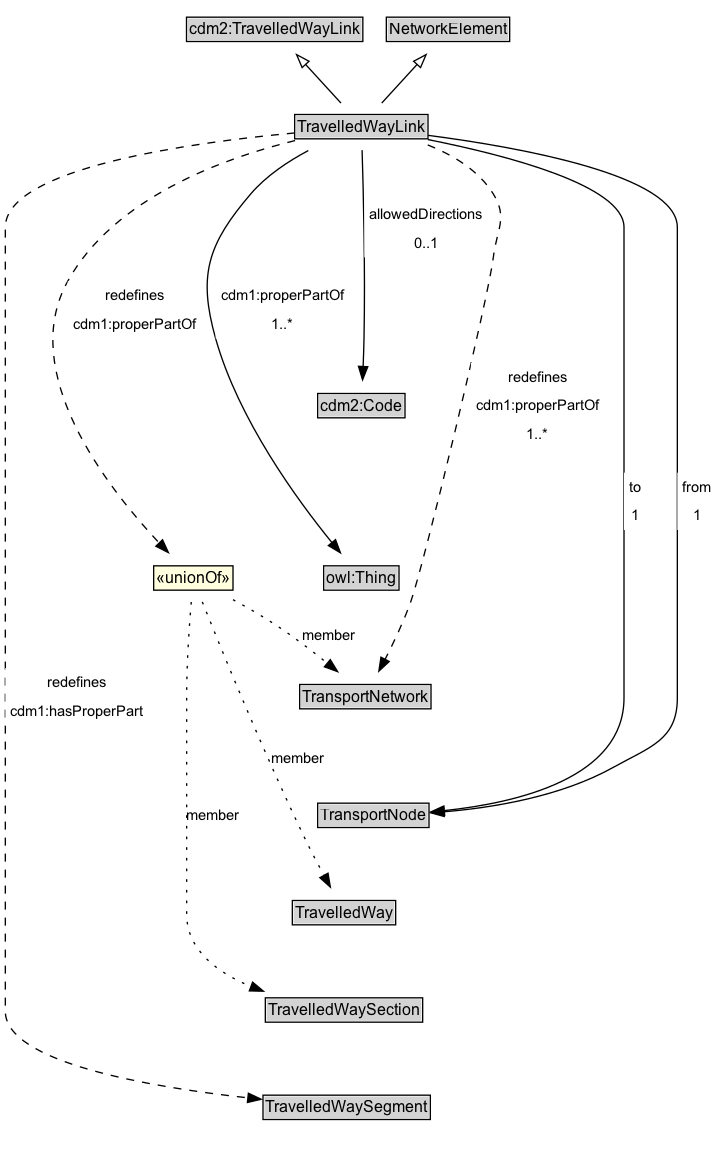
ISO-TC204/ontology-cdm-p3-v1 keeps this Graphviz diagram as docs/diagrams/TravelledWayLink.dot.png. Above is the earlier version. Its source is kept beside it as docs/diagrams/TravelledWayLink.dot. Source of this version:
```dot
digraph {
	graph [overlap=false rankdir=TB splines=true]
	node [fontname=Arial fontsize=12 margin=0 shape=none]
	edge [fontname=Arial fontsize=11]
	{
		rank=source
		cdm2_TravelledWayLink [label=<<TABLE BORDER="1" CELLBORDER="0" CELLSPACING="0" CELLPADDING="1"><TR><TD BGCOLOR="lightgray" ALIGN="CENTER">cdm2:TravelledWayLink</TD></TR></TABLE>> URL="https://w3id.org/citydata/part2/v1/TravelledWayLink" margin=0]
		NetworkElement [label=<<TABLE BORDER="1" CELLBORDER="0" CELLSPACING="0" CELLPADDING="1"><TR><TD BGCOLOR="lightgray" ALIGN="CENTER">NetworkElement</TD></TR></TABLE>> URL="../NetworkElement" margin=0]
	}
	TravelledWayLink [label=<<TABLE BORDER="1" CELLBORDER="0" CELLSPACING="0" CELLPADDING="1"><TR><TD BGCOLOR="lightgray" ALIGN="CENTER">TravelledWayLink</TD></TR></TABLE>> URL="../TravelledWayLink" margin=0]
	{
		rank=max
	}
	subgraph cluster_associated {
		label="" style=invis
		Invis [label=<<TABLE BORDER="0" CELLBORDER="0" CELLSPACING="0" CELLPADDING="1"><TR><TD></TD></TR></TABLE>> margin=0 style=invis]
		cdm2_Code [label=<<TABLE BORDER="1" CELLBORDER="0" CELLSPACING="0" CELLPADDING="1"><TR><TD BGCOLOR="lightgray" ALIGN="CENTER">cdm2:Code</TD></TR></TABLE>> URL="https://w3id.org/citydata/part2/v1/Code" margin=0]
		owl_Thing [label=<<TABLE BORDER="1" CELLBORDER="0" CELLSPACING="0" CELLPADDING="1"><TR><TD BGCOLOR="lightgray" ALIGN="CENTER">owl:Thing</TD></TR></TABLE>> URL="https://w3id.org/citydata/imported/owl/latest/Thing" margin=0]
		TransportNetwork [label=<<TABLE BORDER="1" CELLBORDER="0" CELLSPACING="0" CELLPADDING="1"><TR><TD BGCOLOR="lightgray" ALIGN="CENTER">TransportNetwork</TD></TR></TABLE>> URL="../TransportNetwork" margin=0]
		TransportNode [label=<<TABLE BORDER="1" CELLBORDER="0" CELLSPACING="0" CELLPADDING="1"><TR><TD BGCOLOR="lightgray" ALIGN="CENTER">TransportNode</TD></TR></TABLE>> URL="../TransportNode" margin=0]
		TravelledWay [label=<<TABLE BORDER="1" CELLBORDER="0" CELLSPACING="0" CELLPADDING="1"><TR><TD BGCOLOR="lightgray" ALIGN="CENTER">TravelledWay</TD></TR></TABLE>> URL="../TravelledWay" margin=0]
		TravelledWaySection [label=<<TABLE BORDER="1" CELLBORDER="0" CELLSPACING="0" CELLPADDING="1"><TR><TD BGCOLOR="lightgray" ALIGN="CENTER">TravelledWaySection</TD></TR></TABLE>> URL="../TravelledWaySection" margin=0]
		TravelledWaySegment [label=<<TABLE BORDER="1" CELLBORDER="0" CELLSPACING="0" CELLPADDING="1"><TR><TD BGCOLOR="lightgray" ALIGN="CENTER">TravelledWaySegment</TD></TR></TABLE>> URL="../TravelledWaySegment" margin=0]
	}
	TravelledWayLink -> cdm2_TravelledWayLink [arrowhead=onormal style=solid]
	TravelledWayLink -> NetworkElement [arrowhead=onormal style=solid]
	TravelledWayLink -> Invis [style=invis]
	Invis -> cdm2_Code [style=invis]
	cdm2_Code -> owl_Thing [style=invis]
	owl_Thing -> TransportNetwork [style=invis]
	TransportNetwork -> TransportNode [style=invis]
	TransportNode -> TravelledWay [style=invis]
	TravelledWay -> TravelledWaySection [style=invis]
	TravelledWaySection -> TravelledWaySegment [style=invis]
	cdm2_Code [label=<<TABLE BORDER="1" CELLBORDER="0" CELLSPACING="0" CELLPADDING="1"><TR><TD BGCOLOR="lightgray" ALIGN="CENTER">cdm2:Code</TD></TR></TABLE>> URL="https://w3id.org/citydata/part2/v1/Code" margin=0]
	TravelledWayLink -> cdm2_Code [label=<<TABLE BORDER="0" CELLBORDER="0" CELLSPACING="0" CELLPADDING="4" BGCOLOR="white"><TR><TD ALIGN="CENTER">allowedDirections</TD></TR><TR><TD ALIGN="CENTER">0..1</TD></TR></TABLE>> arrowhead=normal style=solid]
	TransportNode [label=<<TABLE BORDER="1" CELLBORDER="0" CELLSPACING="0" CELLPADDING="1"><TR><TD BGCOLOR="lightgray" ALIGN="CENTER">TransportNode</TD></TR></TABLE>> URL="../TransportNode" margin=0]
	TravelledWayLink -> TransportNode [label=<<TABLE BORDER="0" CELLBORDER="0" CELLSPACING="0" CELLPADDING="4" BGCOLOR="white"><TR><TD ALIGN="CENTER">to</TD></TR><TR><TD ALIGN="CENTER">1</TD></TR></TABLE>> arrowhead=normal style=solid]
	TravelledWayLink -> TransportNode [label=<<TABLE BORDER="0" CELLBORDER="0" CELLSPACING="0" CELLPADDING="4" BGCOLOR="white"><TR><TD ALIGN="CENTER">from</TD></TR><TR><TD ALIGN="CENTER">1</TD></TR></TABLE>> arrowhead=normal style=solid]
	TravelledWaySegment [label=<<TABLE BORDER="1" CELLBORDER="0" CELLSPACING="0" CELLPADDING="1"><TR><TD BGCOLOR="lightgray" ALIGN="CENTER">TravelledWaySegment</TD></TR></TABLE>> URL="../TravelledWaySegment" margin=0]
	TravelledWayLink -> TravelledWaySegment [label=<<TABLE BORDER="0" CELLBORDER="0" CELLSPACING="0" CELLPADDING="4" BGCOLOR="white"><TR><TD ALIGN="CENTER">redefines</TD></TR><TR><TD ALIGN="CENTER">cdm1:hasProperPart</TD></TR></TABLE>> arrowhead=normal style=dashed]
	na67ff0c3f5e2479bb14d81c2edd99102b35 [label=<<TABLE BORDER="1" CELLBORDER="0" CELLSPACING="0" CELLPADDING="1" BGCOLOR="lightyellow"><TR><TD ALIGN="CENTER">«unionOf»</TD></TR></TABLE>> margin=0]
	TransportNetwork [label=<<TABLE BORDER="1" CELLBORDER="0" CELLSPACING="0" CELLPADDING="1"><TR><TD BGCOLOR="lightgray" ALIGN="CENTER">TransportNetwork</TD></TR></TABLE>> URL="../TransportNetwork" margin=0]
	na67ff0c3f5e2479bb14d81c2edd99102b35 -> TransportNetwork [label=member arrowhead=normal style=dotted]
	TravelledWay [label=<<TABLE BORDER="1" CELLBORDER="0" CELLSPACING="0" CELLPADDING="1"><TR><TD BGCOLOR="lightgray" ALIGN="CENTER">TravelledWay</TD></TR></TABLE>> URL="../TravelledWay" margin=0]
	na67ff0c3f5e2479bb14d81c2edd99102b35 -> TravelledWay [label=member arrowhead=normal style=dotted]
	TravelledWaySection [label=<<TABLE BORDER="1" CELLBORDER="0" CELLSPACING="0" CELLPADDING="1"><TR><TD BGCOLOR="lightgray" ALIGN="CENTER">TravelledWaySection</TD></TR></TABLE>> URL="../TravelledWaySection" margin=0]
	na67ff0c3f5e2479bb14d81c2edd99102b35 -> TravelledWaySection [label=member arrowhead=normal style=dotted]
	TravelledWayLink -> na67ff0c3f5e2479bb14d81c2edd99102b35 [label=<<TABLE BORDER="0" CELLBORDER="0" CELLSPACING="0" CELLPADDING="4" BGCOLOR="white"><TR><TD ALIGN="CENTER">redefines</TD></TR><TR><TD ALIGN="CENTER">cdm1:properPartOf</TD></TR></TABLE>> arrowhead=normal style=dashed]
	TravelledWayLink -> TransportNetwork [label=<<TABLE BORDER="0" CELLBORDER="0" CELLSPACING="0" CELLPADDING="4" BGCOLOR="white"><TR><TD ALIGN="CENTER">redefines</TD></TR><TR><TD ALIGN="CENTER">cdm1:properPartOf</TD></TR><TR><TD ALIGN="CENTER">1..*</TD></TR></TABLE>> arrowhead=normal style=dashed]
	owl_Thing [label=<<TABLE BORDER="1" CELLBORDER="0" CELLSPACING="0" CELLPADDING="1"><TR><TD BGCOLOR="lightgray" ALIGN="CENTER">owl:Thing</TD></TR></TABLE>> URL="https://w3id.org/citydata/imported/owl/latest/Thing" margin=0]
	TravelledWayLink -> owl_Thing [label=<<TABLE BORDER="0" CELLBORDER="0" CELLSPACING="0" CELLPADDING="4" BGCOLOR="white"><TR><TD ALIGN="CENTER">cdm1:properPartOf</TD></TR><TR><TD ALIGN="CENTER">1..*</TD></TR></TABLE>> arrowhead=normal style=solid]
}
```
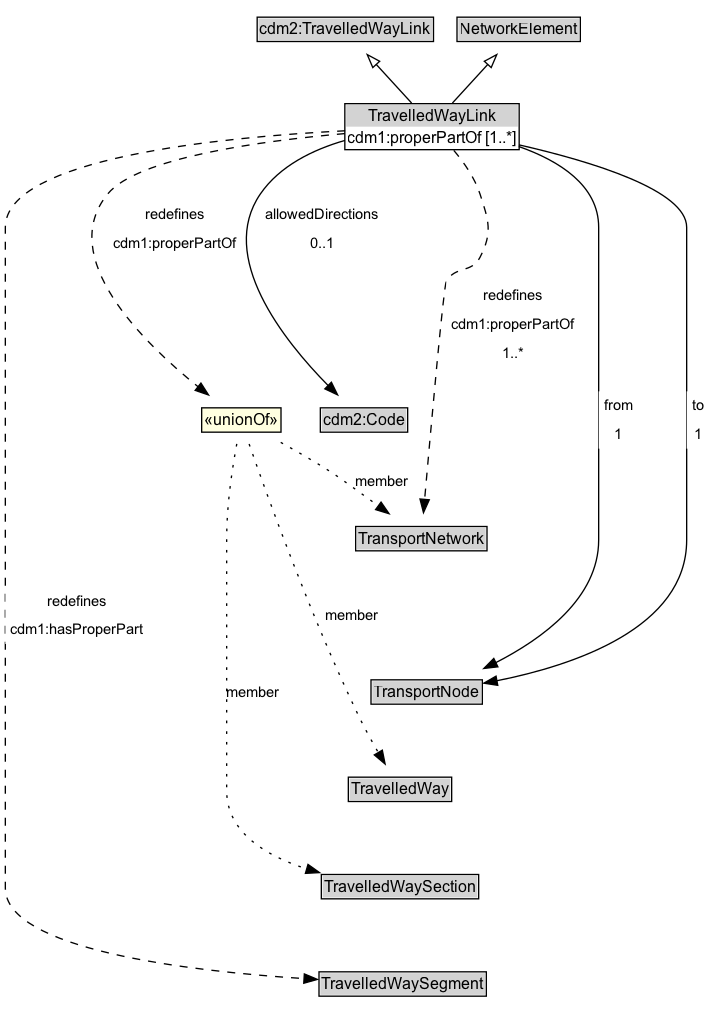
Later version of the same file.

Change to the diagram source:
```diff
@@ -7,7 +7,7 @@
 		cdm2_TravelledWayLink [label=<<TABLE BORDER="1" CELLBORDER="0" CELLSPACING="0" CELLPADDING="1"><TR><TD BGCOLOR="lightgray" ALIGN="CENTER">cdm2:TravelledWayLink</TD></TR></TABLE>> URL="https://w3id.org/citydata/part2/v1/TravelledWayLink" margin=0]
 		NetworkElement [label=<<TABLE BORDER="1" CELLBORDER="0" CELLSPACING="0" CELLPADDING="1"><TR><TD BGCOLOR="lightgray" ALIGN="CENTER">NetworkElement</TD></TR></TABLE>> URL="../NetworkElement" margin=0]
 	}
-	TravelledWayLink [label=<<TABLE BORDER="1" CELLBORDER="0" CELLSPACING="0" CELLPADDING="1"><TR><TD BGCOLOR="lightgray" ALIGN="CENTER">TravelledWayLink</TD></TR></TABLE>> URL="../TravelledWayLink" margin=0]
+	TravelledWayLink [label=<<TABLE BORDER="1" CELLBORDER="0" CELLSPACING="0" CELLPADDING="1"><TR><TD BGCOLOR="lightgray" ALIGN="CENTER">TravelledWayLink</TD></TR><TR><TD ALIGN="LEFT">cdm1:properPartOf [1..*]</TD></TR></TABLE>> URL="../TravelledWayLink" margin=0]
 	{
 		rank=max
 	}
@@ -15,7 +15,6 @@
 		label="" style=invis
 		Invis [label=<<TABLE BORDER="0" CELLBORDER="0" CELLSPACING="0" CELLPADDING="1"><TR><TD></TD></TR></TABLE>> margin=0 style=invis]
 		cdm2_Code [label=<<TABLE BORDER="1" CELLBORDER="0" CELLSPACING="0" CELLPADDING="1"><TR><TD BGCOLOR="lightgray" ALIGN="CENTER">cdm2:Code</TD></TR></TABLE>> URL="https://w3id.org/citydata/part2/v1/Code" margin=0]
-		owl_Thing [label=<<TABLE BORDER="1" CELLBORDER="0" CELLSPACING="0" CELLPADDING="1"><TR><TD BGCOLOR="lightgray" ALIGN="CENTER">owl:Thing</TD></TR></TABLE>> URL="https://w3id.org/citydata/imported/owl/latest/Thing" margin=0]
 		TransportNetwork [label=<<TABLE BORDER="1" CELLBORDER="0" CELLSPACING="0" CELLPADDING="1"><TR><TD BGCOLOR="lightgray" ALIGN="CENTER">TransportNetwork</TD></TR></TABLE>> URL="../TransportNetwork" margin=0]
 		TransportNode [label=<<TABLE BORDER="1" CELLBORDER="0" CELLSPACING="0" CELLPADDING="1"><TR><TD BGCOLOR="lightgray" ALIGN="CENTER">TransportNode</TD></TR></TABLE>> URL="../TransportNode" margin=0]
 		TravelledWay [label=<<TABLE BORDER="1" CELLBORDER="0" CELLSPACING="0" CELLPADDING="1"><TR><TD BGCOLOR="lightgray" ALIGN="CENTER">TravelledWay</TD></TR></TABLE>> URL="../TravelledWay" margin=0]
@@ -26,8 +25,7 @@
 	TravelledWayLink -> NetworkElement [arrowhead=onormal style=solid]
 	TravelledWayLink -> Invis [style=invis]
 	Invis -> cdm2_Code [style=invis]
-	cdm2_Code -> owl_Thing [style=invis]
-	owl_Thing -> TransportNetwork [style=invis]
+	cdm2_Code -> TransportNetwork [style=invis]
 	TransportNetwork -> TransportNode [style=invis]
 	TransportNode -> TravelledWay [style=invis]
 	TravelledWay -> TravelledWaySection [style=invis]
@@ -35,19 +33,17 @@
 	cdm2_Code [label=<<TABLE BORDER="1" CELLBORDER="0" CELLSPACING="0" CELLPADDING="1"><TR><TD BGCOLOR="lightgray" ALIGN="CENTER">cdm2:Code</TD></TR></TABLE>> URL="https://w3id.org/citydata/part2/v1/Code" margin=0]
 	TravelledWayLink -> cdm2_Code [label=<<TABLE BORDER="0" CELLBORDER="0" CELLSPACING="0" CELLPADDING="4" BGCOLOR="white"><TR><TD ALIGN="CENTER">allowedDirections</TD></TR><TR><TD ALIGN="CENTER">0..1</TD></TR></TABLE>> arrowhead=normal style=solid]
 	TransportNode [label=<<TABLE BORDER="1" CELLBORDER="0" CELLSPACING="0" CELLPADDING="1"><TR><TD BGCOLOR="lightgray" ALIGN="CENTER">TransportNode</TD></TR></TABLE>> URL="../TransportNode" margin=0]
-	TravelledWayLink -> TransportNode [label=<<TABLE BORDER="0" CELLBORDER="0" CELLSPACING="0" CELLPADDING="4" BGCOLOR="white"><TR><TD ALIGN="CENTER">to</TD></TR><TR><TD ALIGN="CENTER">1</TD></TR></TABLE>> arrowhead=normal style=solid]
 	TravelledWayLink -> TransportNode [label=<<TABLE BORDER="0" CELLBORDER="0" CELLSPACING="0" CELLPADDING="4" BGCOLOR="white"><TR><TD ALIGN="CENTER">from</TD></TR><TR><TD ALIGN="CENTER">1</TD></TR></TABLE>> arrowhead=normal style=solid]
 	TravelledWaySegment [label=<<TABLE BORDER="1" CELLBORDER="0" CELLSPACING="0" CELLPADDING="1"><TR><TD BGCOLOR="lightgray" ALIGN="CENTER">TravelledWaySegment</TD></TR></TABLE>> URL="../TravelledWaySegment" margin=0]
 	TravelledWayLink -> TravelledWaySegment [label=<<TABLE BORDER="0" CELLBORDER="0" CELLSPACING="0" CELLPADDING="4" BGCOLOR="white"><TR><TD ALIGN="CENTER">redefines</TD></TR><TR><TD ALIGN="CENTER">cdm1:hasProperPart</TD></TR></TABLE>> arrowhead=normal style=dashed]
-	na67ff0c3f5e2479bb14d81c2edd99102b35 [label=<<TABLE BORDER="1" CELLBORDER="0" CELLSPACING="0" CELLPADDING="1" BGCOLOR="lightyellow"><TR><TD ALIGN="CENTER">«unionOf»</TD></TR></TABLE>> margin=0]
+	n1c091741e9be41418e759d48b25318c1b33 [label=<<TABLE BORDER="1" CELLBORDER="0" CELLSPACING="0" CELLPADDING="1" BGCOLOR="lightyellow"><TR><TD ALIGN="CENTER">«unionOf»</TD></TR></TABLE>> margin=0]
 	TransportNetwork [label=<<TABLE BORDER="1" CELLBORDER="0" CELLSPACING="0" CELLPADDING="1"><TR><TD BGCOLOR="lightgray" ALIGN="CENTER">TransportNetwork</TD></TR></TABLE>> URL="../TransportNetwork" margin=0]
-	na67ff0c3f5e2479bb14d81c2edd99102b35 -> TransportNetwork [label=member arrowhead=normal style=dotted]
+	n1c091741e9be41418e759d48b25318c1b33 -> TransportNetwork [label=member arrowhead=normal style=dotted]
 	TravelledWay [label=<<TABLE BORDER="1" CELLBORDER="0" CELLSPACING="0" CELLPADDING="1"><TR><TD BGCOLOR="lightgray" ALIGN="CENTER">TravelledWay</TD></TR></TABLE>> URL="../TravelledWay" margin=0]
-	na67ff0c3f5e2479bb14d81c2edd99102b35 -> TravelledWay [label=member arrowhead=normal style=dotted]
+	n1c091741e9be41418e759d48b25318c1b33 -> TravelledWay [label=member arrowhead=normal style=dotted]
 	TravelledWaySection [label=<<TABLE BORDER="1" CELLBORDER="0" CELLSPACING="0" CELLPADDING="1"><TR><TD BGCOLOR="lightgray" ALIGN="CENTER">TravelledWaySection</TD></TR></TABLE>> URL="../TravelledWaySection" margin=0]
-	na67ff0c3f5e2479bb14d81c2edd99102b35 -> TravelledWaySection [label=member arrowhead=normal style=dotted]
-	TravelledWayLink -> na67ff0c3f5e2479bb14d81c2edd99102b35 [label=<<TABLE BORDER="0" CELLBORDER="0" CELLSPACING="0" CELLPADDING="4" BGCOLOR="white"><TR><TD ALIGN="CENTER">redefines</TD></TR><TR><TD ALIGN="CENTER">cdm1:properPartOf</TD></TR></TABLE>> arrowhead=normal style=dashed]
+	n1c091741e9be41418e759d48b25318c1b33 -> TravelledWaySection [label=member arrowhead=normal style=dotted]
+	TravelledWayLink -> n1c091741e9be41418e759d48b25318c1b33 [label=<<TABLE BORDER="0" CELLBORDER="0" CELLSPACING="0" CELLPADDING="4" BGCOLOR="white"><TR><TD ALIGN="CENTER">redefines</TD></TR><TR><TD ALIGN="CENTER">cdm1:properPartOf</TD></TR></TABLE>> arrowhead=normal style=dashed]
+	TravelledWayLink -> TransportNode [label=<<TABLE BORDER="0" CELLBORDER="0" CELLSPACING="0" CELLPADDING="4" BGCOLOR="white"><TR><TD ALIGN="CENTER">to</TD></TR><TR><TD ALIGN="CENTER">1</TD></TR></TABLE>> arrowhead=normal style=solid]
 	TravelledWayLink -> TransportNetwork [label=<<TABLE BORDER="0" CELLBORDER="0" CELLSPACING="0" CELLPADDING="4" BGCOLOR="white"><TR><TD ALIGN="CENTER">redefines</TD></TR><TR><TD ALIGN="CENTER">cdm1:properPartOf</TD></TR><TR><TD ALIGN="CENTER">1..*</TD></TR></TABLE>> arrowhead=normal style=dashed]
-	owl_Thing [label=<<TABLE BORDER="1" CELLBORDER="0" CELLSPACING="0" CELLPADDING="1"><TR><TD BGCOLOR="lightgray" ALIGN="CENTER">owl:Thing</TD></TR></TABLE>> URL="https://w3id.org/citydata/imported/owl/latest/Thing" margin=0]
-	TravelledWayLink -> owl_Thing [label=<<TABLE BORDER="0" CELLBORDER="0" CELLSPACING="0" CELLPADDING="4" BGCOLOR="white"><TR><TD ALIGN="CENTER">cdm1:properPartOf</TD></TR><TR><TD ALIGN="CENTER">1..*</TD></TR></TABLE>> arrowhead=normal style=solid]
 }
```
